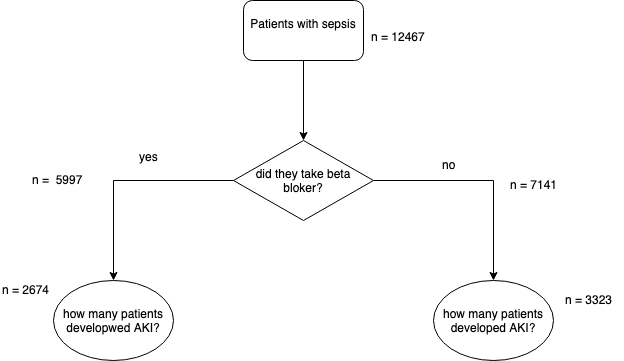
Before: documentation/skype_meeting_15052019/Flow_chart1-Page-2.png, a diagram exported from draw.io (Joudsi/Pattern-based-Prediction-of-Life-Threatening-Diseases-in-Intensive-Care). Source tidied: cells renumbered, new cells last; positions are measured from the earlier drawing's top-left corner, leaving out a move shared by most shapes. Source of this version:
```xml
<mxGraphModel>
  <root>
    <mxCell id="0" />
    <mxCell id="1" parent="0" />
    <mxCell id="2" style="edgeStyle=orthogonalEdgeStyle;rounded=0;html=1;entryX=0.5;entryY=0;entryDx=0;entryDy=0;jettySize=auto;" parent="1" edge="1" source="3">
      <mxGeometry relative="1" as="geometry">
        <mxPoint x="303" y="140" as="targetPoint" />
      </mxGeometry>
    </mxCell>
    <mxCell id="3" value="Patients with sepsis&lt;br&gt;&lt;br&gt;" style="rounded=1;whiteSpace=wrap;html=1;" parent="1" vertex="1">
      <mxGeometry x="243" width="120" height="60" as="geometry" />
    </mxCell>
    <mxCell id="4" style="edgeStyle=orthogonalEdgeStyle;rounded=0;html=1;jettySize=auto;" parent="1" edge="1" source="6">
      <mxGeometry relative="1" as="geometry">
        <mxPoint x="113" y="280" as="targetPoint" />
        <Array as="points">
          <mxPoint x="113" y="180" />
          <mxPoint x="113" y="280" />
        </Array>
      </mxGeometry>
    </mxCell>
    <mxCell id="5" style="edgeStyle=orthogonalEdgeStyle;rounded=0;html=1;jettySize=auto;" parent="1" edge="1" source="6">
      <mxGeometry relative="1" as="geometry">
        <mxPoint x="493" y="280" as="targetPoint" />
      </mxGeometry>
    </mxCell>
    <mxCell id="6" value="&lt;span&gt;did they take beta bloker?&lt;/span&gt;" style="rhombus;whiteSpace=wrap;html=1;" parent="1" vertex="1">
      <mxGeometry x="233" y="140" width="140" height="80" as="geometry" />
    </mxCell>
    <mxCell id="7" value="yes" style="text;html=1;align=left;verticalAlign=top;spacingTop=-4;" parent="1" vertex="1">
      <mxGeometry x="137" y="147" width="30" height="20" as="geometry" />
    </mxCell>
    <mxCell id="8" value="no" style="text;html=1;align=left;verticalAlign=top;spacingTop=-4;" parent="1" vertex="1">
      <mxGeometry x="440" y="155" width="30" height="20" as="geometry" />
    </mxCell>
    <mxCell id="9" value="how many patients developwed AKI?" style="ellipse;whiteSpace=wrap;html=1;" parent="1" vertex="1">
      <mxGeometry x="53" y="280" width="120" height="80" as="geometry" />
    </mxCell>
    <mxCell id="10" value="how many patients developed AKI?" style="ellipse;whiteSpace=wrap;html=1;" parent="1" vertex="1">
      <mxGeometry x="433" y="280" width="120" height="80" as="geometry" />
    </mxCell>
    <mxCell id="11" value="n = 12467" style="text;html=1;align=left;verticalAlign=top;spacingTop=-4;" parent="1" vertex="1">
      <mxGeometry x="369" y="27" width="70" height="20" as="geometry" />
    </mxCell>
    <mxCell id="12" value="n =&amp;nbsp; 5997" style="text;html=1;align=left;verticalAlign=top;spacingTop=-4;" parent="1" vertex="1">
      <mxGeometry x="30" y="170" width="70" height="20" as="geometry" />
    </mxCell>
    <mxCell id="13" value="n = 2674" style="text;html=1;align=left;verticalAlign=top;spacingTop=-4;" parent="1" vertex="1">
      <mxGeometry y="280" width="60" height="20" as="geometry" />
    </mxCell>
    <mxCell id="14" value="n = 3323" style="text;html=1;align=left;verticalAlign=top;spacingTop=-4;" parent="1" vertex="1">
      <mxGeometry x="563" y="290" width="60" height="20" as="geometry" />
    </mxCell>
    <mxCell id="15" value="n =&amp;nbsp;7141" style="text;html=1;align=left;verticalAlign=top;spacingTop=-4;" parent="1" vertex="1">
      <mxGeometry x="508" y="175" width="60" height="20" as="geometry" />
    </mxCell>
  </root>
</mxGraphModel>
```
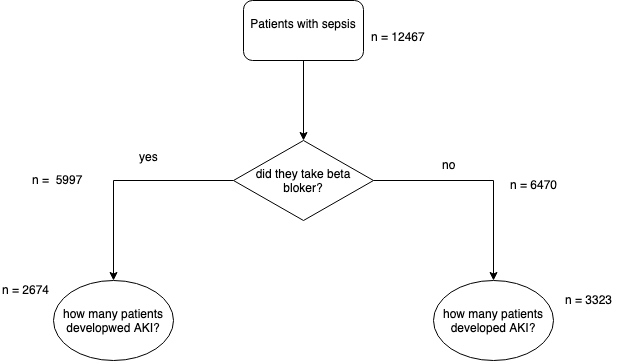
The same file after the commit.

Change to the diagram source:
```diff
@@ -51,7 +51,7 @@
     <mxCell id="14" value="n = 3323" style="text;html=1;align=left;verticalAlign=top;spacingTop=-4;" parent="1" vertex="1">
       <mxGeometry x="563" y="290" width="60" height="20" as="geometry" />
     </mxCell>
-    <mxCell id="15" value="n =&amp;nbsp;7141" style="text;html=1;align=left;verticalAlign=top;spacingTop=-4;" parent="1" vertex="1">
+    <mxCell id="15" value="n =&amp;nbsp;6470" style="text;html=1;align=left;verticalAlign=top;spacingTop=-4;" parent="1" vertex="1">
       <mxGeometry x="508" y="175" width="60" height="20" as="geometry" />
     </mxCell>
   </root>
```
